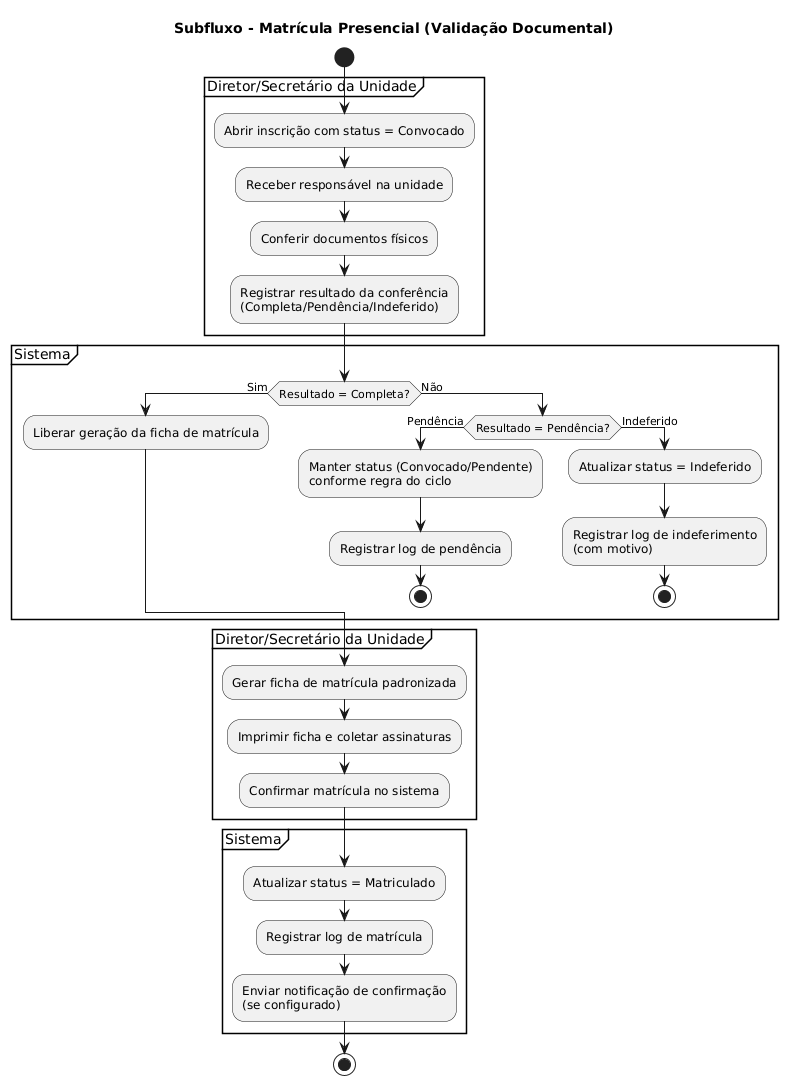
Above: docs/assets/atividade_fluxo_4.png in maxwelldeveloper7/vagas-creche (PlantUML), before the change. The source it was exported from:
```plantuml
@startuml
title Subfluxo - Matrícula Presencial (Validação Documental)

start

partition "Diretor/Secretário da Unidade" {
  :Abrir inscrição com status = Convocado;
  :Receber responsável na unidade;
  :Conferir documentos físicos;
  :Registrar resultado da conferência\n(Completa/Pendência/Indeferido);
}

partition "Sistema" {
  if (Resultado = Completa?) then (Sim)
    :Liberar geração da ficha de matrícula;
  else (Não)
    if (Resultado = Pendência?) then (Pendência)
      :Manter status (Convocado/Pendente)\nconforme regra do ciclo;
      :Registrar log de pendência;
      stop
    else (Indeferido)
      :Atualizar status = Indeferido;
      :Registrar log de indeferimento\n(com motivo);
      stop
    endif
  endif
}

partition "Diretor/Secretário da Unidade" {
  :Gerar ficha de matrícula padronizada;
  :Imprimir ficha e coletar assinaturas;
  :Confirmar matrícula no sistema;
}

partition "Sistema" {
  :Atualizar status = Matriculado;
  :Registrar log de matrícula;
  :Enviar notificação de confirmação\n(se configurado);
}

stop
@enduml
```
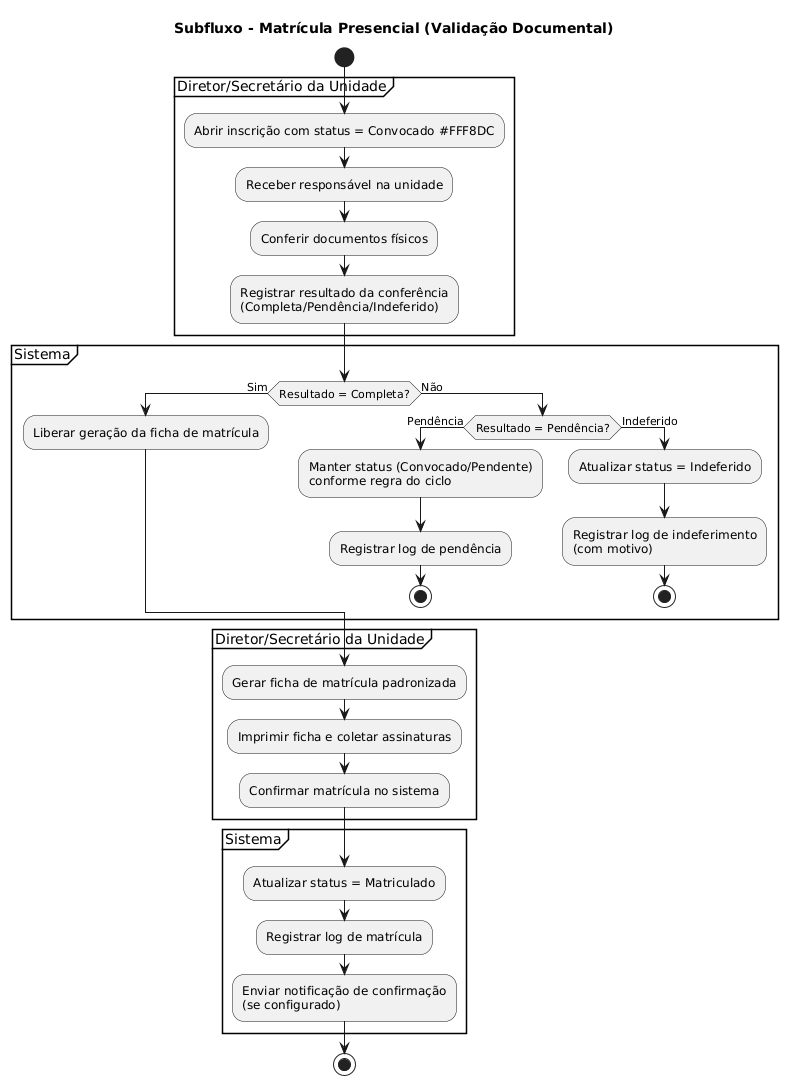
The same diagram one commit later.

Commit message:
diagramas de atividade

Diff of the diagram source:
```diff
@@ -4,7 +4,7 @@
 start
 
 partition "Diretor/Secretário da Unidade" {
-  :Abrir inscrição com status = Convocado;
+  :Abrir inscrição com status = Convocado #FFF8DC;
   :Receber responsável na unidade;
   :Conferir documentos físicos;
   :Registrar resultado da conferência\n(Completa/Pendência/Indeferido);
```
